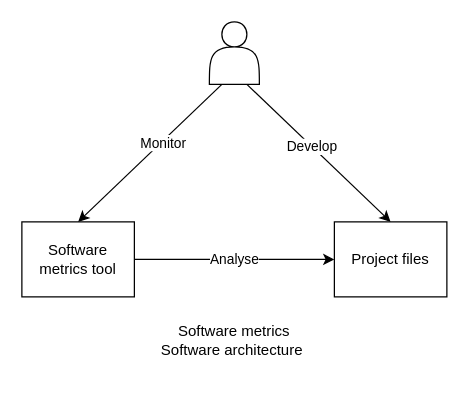
The draw.io diagram design/C4-Context.drawio in liaoooyx/t4m, before the edit. Source tidied: cells renumbered, new cells numbered last; positions are measured from the earlier drawing's top-left corner, leaving out a move shared by most shapes. Both pictures are drawn from the tidied source at 125%, with x=0, y=0 at pixel (21, 21).
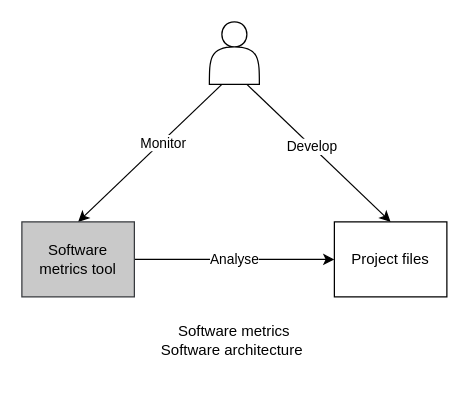
The same page after the edit.

What changed in the source:
```diff
@@
 <mxGraphModel>
   <root>
     <mxCell id="0" />
     <mxCell id="1" parent="0" />
     <mxCell id="2" style="rounded=0;jettySize=auto;html=1;exitX=0.75;exitY=1;exitDx=0;exitDy=0;entryX=0.5;entryY=0;entryDx=0;entryDy=0;" parent="1" edge="1" source="6" target="7">
       <mxGeometry relative="1" as="geometry" />
     </mxCell>
     <mxCell id="3" value="Develop" style="edgeLabel;html=1;align=center;verticalAlign=middle;" parent="2" vertex="1">
       <mxGeometry x="-0.1" y="-1" relative="1" as="geometry">
         <mxPoint y="-1" as="offset" />
       </mxGeometry>
     </mxCell>
     <mxCell id="4" style="edgeStyle=none;rounded=0;jettySize=auto;html=1;exitX=0.25;exitY=1;exitDx=0;exitDy=0;entryX=0.5;entryY=0;entryDx=0;entryDy=0;" parent="1" edge="1" source="6" target="9">
       <mxGeometry relative="1" as="geometry" />
     </mxCell>
     <mxCell id="5" value="Monitor" style="edgeLabel;html=1;align=center;verticalAlign=middle;" parent="4" vertex="1">
       <mxGeometry x="-0.17" y="1" relative="1" as="geometry" />
     </mxCell>
     <mxCell id="6" style="shape=actor;whiteSpace=wrap;html=1;" parent="1" vertex="1">
       <mxGeometry x="150" width="40" height="50" as="geometry" />
     </mxCell>
     <mxCell id="7" value="Project files" style="rounded=0;whiteSpace=wrap;html=1;" parent="1" vertex="1">
       <mxGeometry x="250" y="160" width="90" height="60" as="geometry" />
     </mxCell>
     <mxCell id="8" value="Analyse" style="edgeStyle=none;rounded=0;jettySize=auto;html=1;exitX=1;exitY=0.5;exitDx=0;exitDy=0;entryX=0;entryY=0.5;entryDx=0;entryDy=0;" parent="1" edge="1" source="9" target="7">
       <mxGeometry relative="1" as="geometry" />
     </mxCell>
-    <mxCell id="9" value="Software metrics tool" style="rounded=0;whiteSpace=wrap;html=1;" parent="1" vertex="1">
+    <mxCell id="9" value="Software metrics tool" style="rounded=0;whiteSpace=wrap;html=1;fillColor=#C9C9C9;strokeColor=#36393d;" parent="1" vertex="1">
       <mxGeometry y="160" width="90" height="60" as="geometry" />
     </mxCell>
     <mxCell id="10" value="Software metrics&lt;br&gt;Software architecture&amp;nbsp;" style="text;html=1;strokeColor=none;fillColor=none;align=center;verticalAlign=middle;whiteSpace=wrap;rounded=0;" parent="1" vertex="1">
       <mxGeometry x="105" y="230" width="130" height="50" as="geometry" />
     </mxCell>
   </root>
 </mxGraphModel>
```
